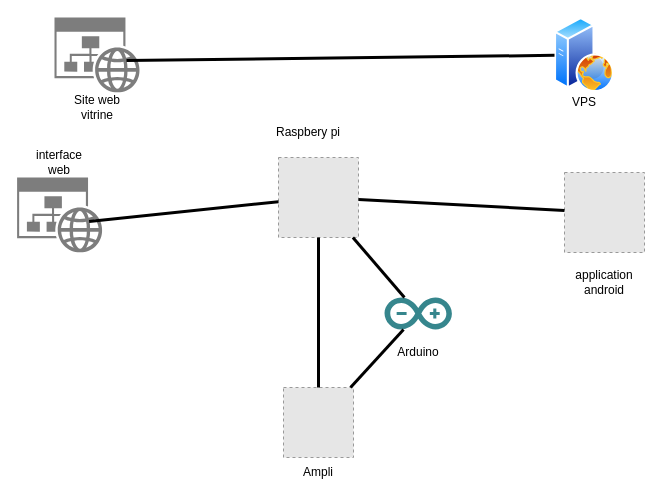
Above: images/schéma d'architercture Ampconnect.drawio in simonNolf/AmpConnect (draw.io), before the change. Source tidied: cells renumbered, new cells numbered last; positions are measured from the earlier drawing's top-left corner, leaving out a move shared by most shapes. Both pictures are drawn from the tidied source at 100%, with x=0, y=0 at pixel (17, 17). Pictures stored in the file or linked from it are replaced by grey dashed boxes.
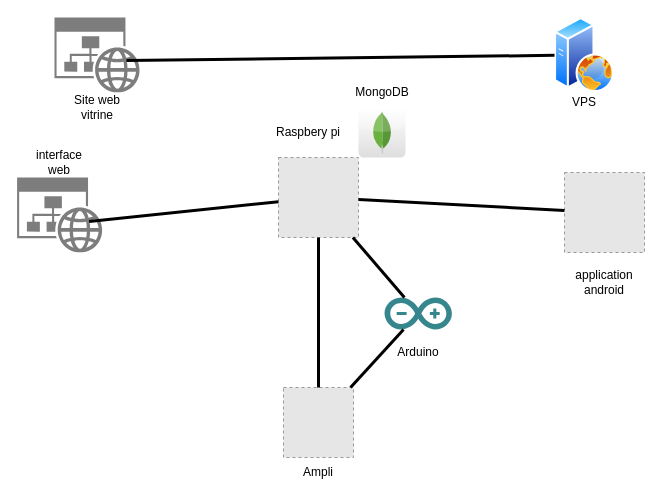
After the change.

Change to the diagram source:
```diff
@@
+    <mxCell id="22" style="dashed=0;html=1;align=center;labelPosition=center;verticalLabelPosition=bottom;verticalAlign=top;shape=mxgraph.webicons.mongodb;gradientColor=#DFDEDE;" parent="1" vertex="1">
+      <mxGeometry x="341" y="90" width="47" height="50" as="geometry" />
+    </mxCell>
+    <mxCell id="23" value="MongoDB" style="text;html=1;strokeColor=none;fillColor=none;align=center;verticalAlign=middle;whiteSpace=wrap;rounded=0;" parent="1" vertex="1">
+      <mxGeometry x="334.5" y="60" width="60" height="30" as="geometry" />
+    </mxCell>
```
